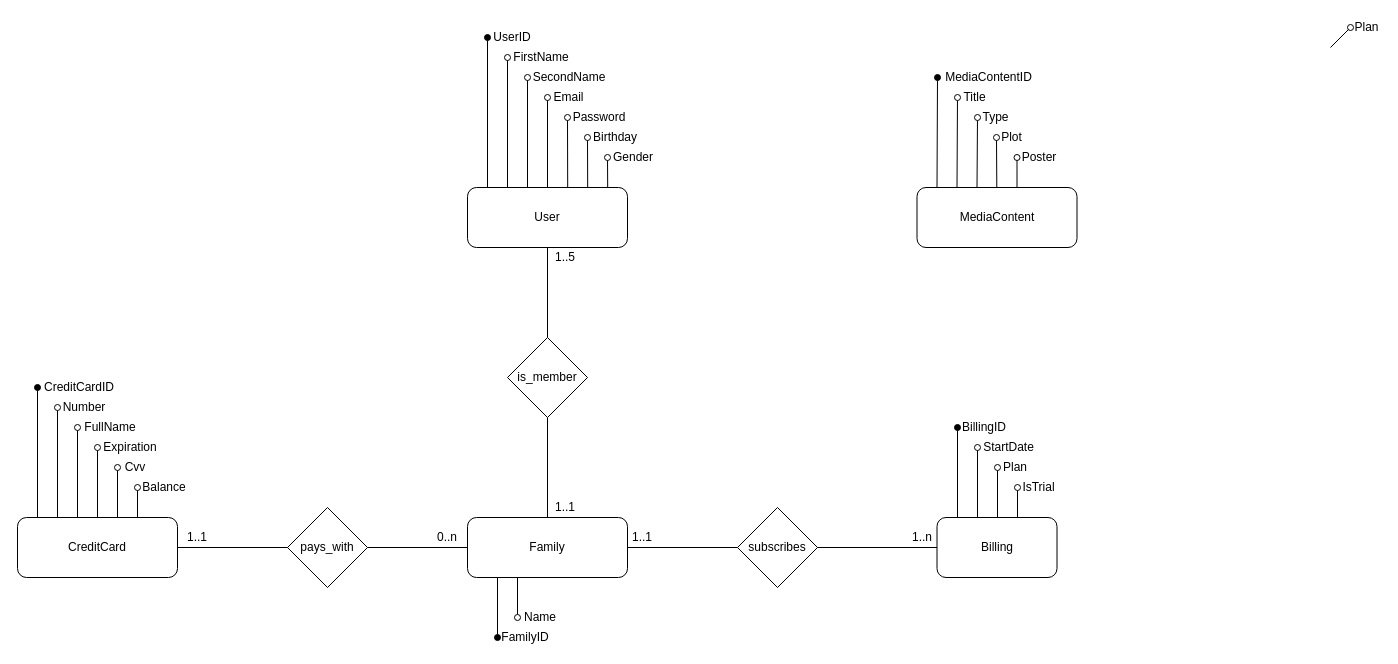
This is Moviesquik/doc/persistence/database_ER_diagram.drawio from AgostinoRizzo/moviesquik, a draw.io file, before an edit. Source tidied: cells renumbered, new cells numbered last; positions are measured from the earlier drawing's top-left corner, leaving out a move shared by most shapes. Both pictures are drawn from the tidied source at 100%, with x=0, y=0 at pixel (17, 17).
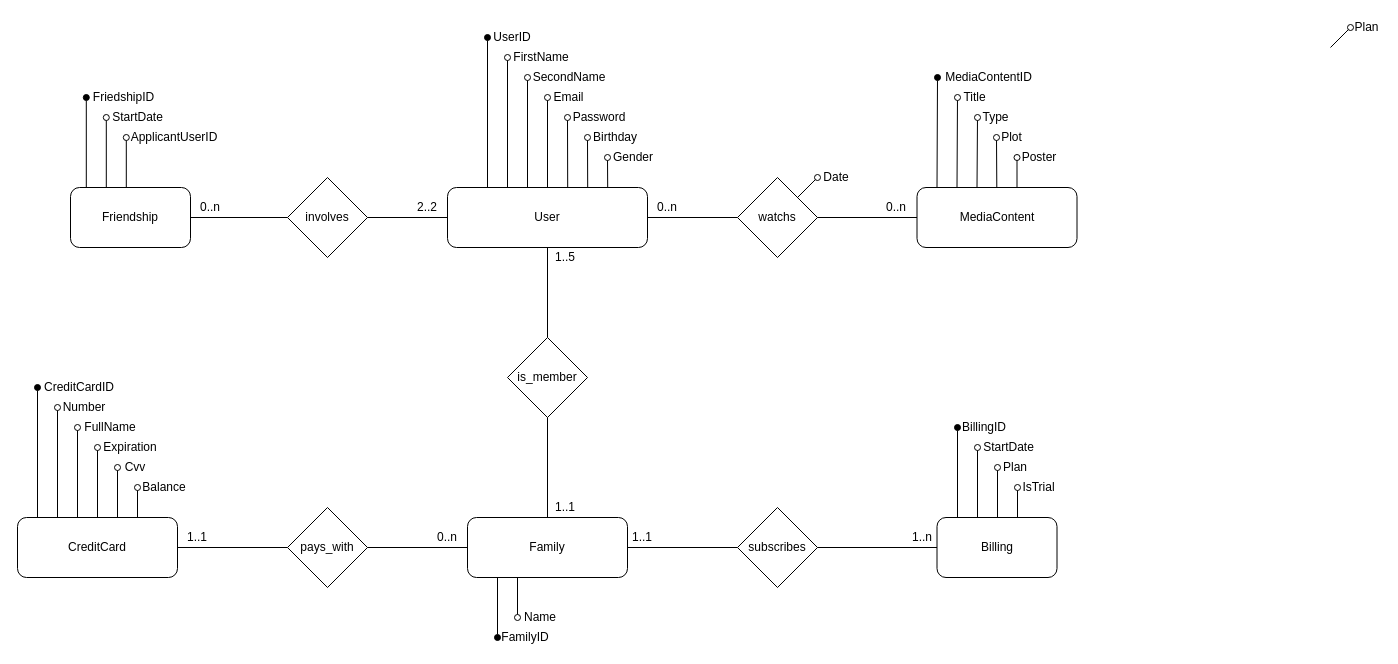
The same page after the edit.

The change refers to these unchanged cells:
```xml
<mxCell id="61" value="MediaContent" style="rounded=1;whiteSpace=wrap;html=1;" parent="1" vertex="1">
  <mxGeometry x="899.5" y="170" width="160" height="60" as="geometry" />
</mxCell>
```

Change to the diagram source:
```diff
@@
     <mxCell id="2" value="User" style="rounded=1;whiteSpace=wrap;html=1;" parent="1" vertex="1">
-      <mxGeometry x="450" y="170" width="160" height="60" as="geometry" />
+      <mxGeometry x="430" y="170" width="200" height="60" as="geometry" />
     </mxCell>
@@
+    <mxCell id="72" value="watchs" style="rhombus;whiteSpace=wrap;html=1;" parent="1" vertex="1">
+      <mxGeometry x="720" y="160" width="80" height="80" as="geometry" />
+    </mxCell>
+    <mxCell id="73" style="endArrow=none;html=1;exitX=1;exitY=0.5;exitDx=0;exitDy=0;entryX=0;entryY=0.5;entryDx=0;entryDy=0;" parent="1" edge="1" source="2" target="72">
+      <mxGeometry relative="1" as="geometry" />
+    </mxCell>
+    <mxCell id="74" style="endArrow=none;html=1;exitX=1;exitY=0.5;exitDx=0;exitDy=0;entryX=0;entryY=0.5;entryDx=0;entryDy=0;" parent="1" edge="1" source="72" target="61">
+      <mxGeometry relative="1" as="geometry" />
+    </mxCell>
+    <mxCell id="75" value="0..n" style="text;html=1;strokeColor=none;fillColor=none;align=center;verticalAlign=middle;whiteSpace=wrap;rounded=0;" parent="1" vertex="1">
+      <mxGeometry x="630" y="180" width="40" height="20" as="geometry" />
+    </mxCell>
+    <mxCell id="76" value="0..n" style="text;html=1;strokeColor=none;fillColor=none;align=center;verticalAlign=middle;whiteSpace=wrap;rounded=0;" parent="1" vertex="1">
+      <mxGeometry x="859" y="180" width="40" height="20" as="geometry" />
+    </mxCell>
+    <mxCell id="77" style="endArrow=oval;html=1;endFill=0;exitX=1;exitY=0;exitDx=0;exitDy=0;" parent="1" edge="1" source="72">
+      <mxGeometry relative="1" as="geometry">
+        <mxPoint x="800" y="160" as="targetPoint" />
+      </mxGeometry>
+    </mxCell>
+    <mxCell id="78" value="Date" style="text;html=1;strokeColor=none;fillColor=none;align=center;verticalAlign=middle;whiteSpace=wrap;rounded=0;" parent="1" vertex="1">
+      <mxGeometry x="804" y="150" width="30" height="20" as="geometry" />
+    </mxCell>
+    <mxCell id="79" value="Friendship" style="rounded=1;whiteSpace=wrap;html=1;" parent="1" vertex="1">
+      <mxGeometry x="53" y="170" width="120" height="60" as="geometry" />
+    </mxCell>
+    <mxCell id="80" value="involves" style="rhombus;whiteSpace=wrap;html=1;" parent="1" vertex="1">
+      <mxGeometry x="270" y="160" width="80" height="80" as="geometry" />
+    </mxCell>
+    <mxCell id="81" style="endArrow=none;html=1;exitX=1;exitY=0.5;exitDx=0;exitDy=0;entryX=0;entryY=0.5;entryDx=0;entryDy=0;" parent="1" edge="1" source="79" target="80">
+      <mxGeometry relative="1" as="geometry" />
+    </mxCell>
+    <mxCell id="82" style="endArrow=none;html=1;exitX=1;exitY=0.5;exitDx=0;exitDy=0;entryX=0;entryY=0.5;entryDx=0;entryDy=0;" parent="1" edge="1" source="80" target="2">
+      <mxGeometry relative="1" as="geometry" />
+    </mxCell>
+    <mxCell id="83" value="0..n" style="text;html=1;strokeColor=none;fillColor=none;align=center;verticalAlign=middle;whiteSpace=wrap;rounded=0;" parent="1" vertex="1">
+      <mxGeometry x="173" y="180" width="40" height="20" as="geometry" />
+    </mxCell>
+    <mxCell id="84" value="2..2" style="text;html=1;strokeColor=none;fillColor=none;align=center;verticalAlign=middle;whiteSpace=wrap;rounded=0;" parent="1" vertex="1">
+      <mxGeometry x="390" y="180" width="40" height="20" as="geometry" />
+    </mxCell>
+    <mxCell id="85" style="endArrow=oval;html=1;endFill=1;" parent="1" edge="1">
+      <mxGeometry relative="1" as="geometry">
+        <mxPoint x="68.8" y="170" as="sourcePoint" />
+        <mxPoint x="68.8" y="80" as="targetPoint" />
+      </mxGeometry>
+    </mxCell>
+    <mxCell id="86" value="FriedshipID" style="text;html=1;strokeColor=none;fillColor=none;align=center;verticalAlign=middle;whiteSpace=wrap;rounded=0;" parent="1" vertex="1">
+      <mxGeometry x="72.8" y="70" width="67.2" height="20" as="geometry" />
+    </mxCell>
+    <mxCell id="87" style="endArrow=oval;html=1;endFill=0;" parent="1" edge="1">
+      <mxGeometry relative="1" as="geometry">
+        <mxPoint x="88.8" y="170" as="sourcePoint" />
+        <mxPoint x="88.8" y="100" as="targetPoint" />
+      </mxGeometry>
+    </mxCell>
+    <mxCell id="88" value="ApplicantUserID" style="text;html=1;strokeColor=none;fillColor=none;align=center;verticalAlign=middle;whiteSpace=wrap;rounded=0;" parent="1" vertex="1">
+      <mxGeometry x="113.8" y="110" width="86.2" height="20" as="geometry" />
+    </mxCell>
+    <mxCell id="89" style="endArrow=oval;html=1;endFill=0;" parent="1" edge="1">
+      <mxGeometry relative="1" as="geometry">
+        <mxPoint x="108.8" y="170" as="sourcePoint" />
+        <mxPoint x="108.8" y="120" as="targetPoint" />
+      </mxGeometry>
+    </mxCell>
+    <mxCell id="90" value="StartDate" style="text;html=1;strokeColor=none;fillColor=none;align=center;verticalAlign=middle;whiteSpace=wrap;rounded=0;" parent="1" vertex="1">
+      <mxGeometry x="92.8" y="90" width="55" height="20" as="geometry" />
+    </mxCell>
```
